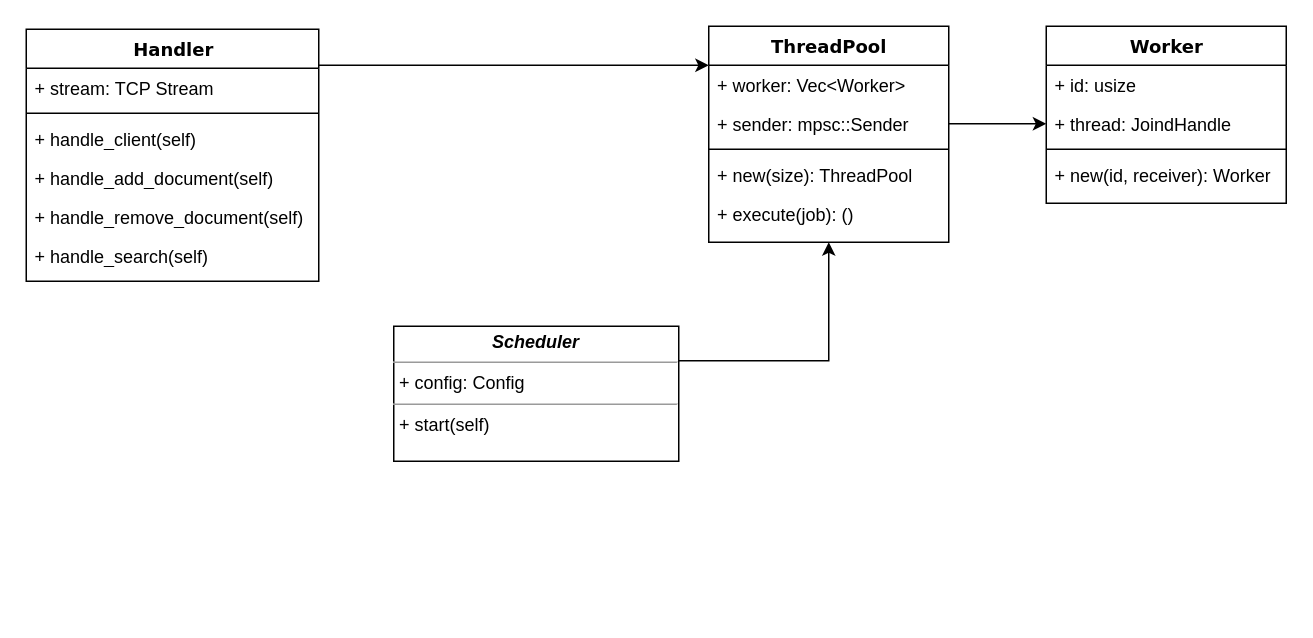
This is class.drawio from strange-dv/course_work_parallel_computing, a draw.io file, before an edit. Source tidied: cells renumbered, new cells numbered last; positions are measured from the earlier drawing's top-left corner, leaving out a move shared by most shapes. Both pictures are drawn from the tidied source at 150%, with x=0, y=0 at pixel (26, 26).
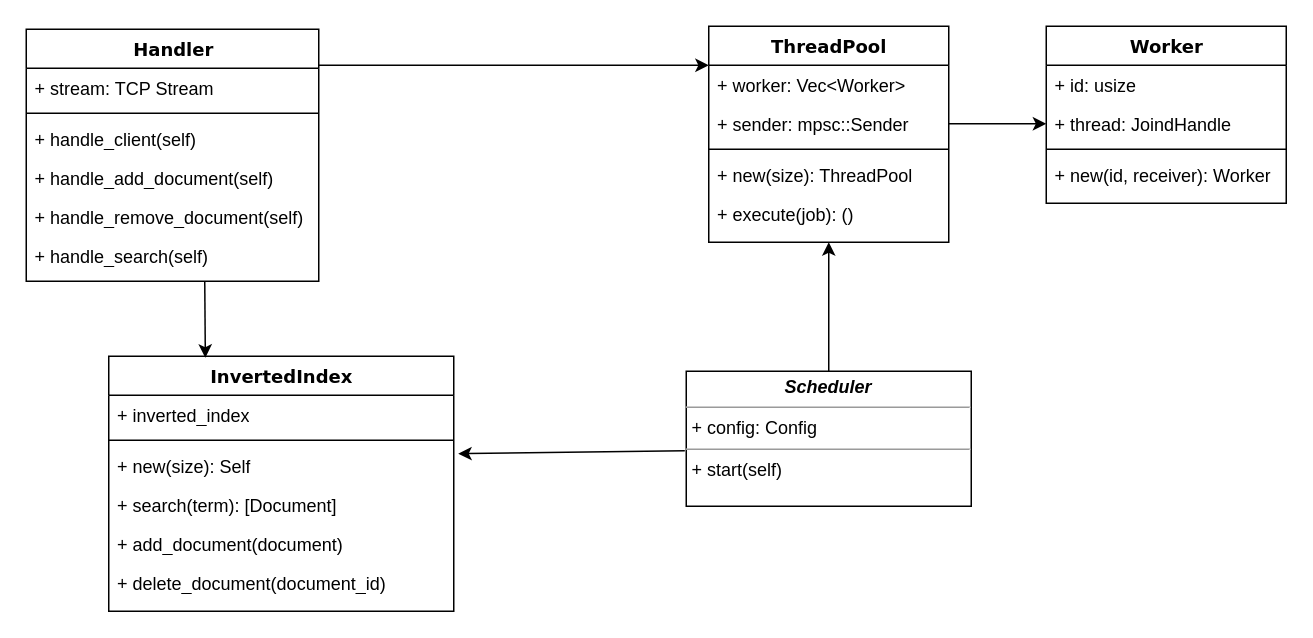
Above is the later version.

Unchanged cells that the change refers to:
```xml
<mxCell id="9" value="ThreadPool" style="swimlane;html=1;fontStyle=1;align=center;verticalAlign=top;horizontal=1;startSize=26;swimlaneFillColor=#ffffff;rounded=0;shadow=0;comic=0;labelBackgroundColor=none;strokeWidth=1;fillColor=none;fontFamily=Verdana;fontSize=12;" parent="1" vertex="1">
  <mxGeometry x="455" width="160" height="144" as="geometry" />
</mxCell>
```

What changed in the source:
```diff
@@
     <mxCell id="15" value="&lt;p style=&quot;margin:0px;margin-top:4px;text-align:center;&quot;&gt;&lt;i&gt;&lt;b&gt;Scheduler&lt;/b&gt;&lt;/i&gt;&lt;br&gt;&lt;/p&gt;&lt;hr size=&quot;1&quot;&gt;&lt;p style=&quot;margin:0px;margin-left:4px;&quot;&gt;+ config: Config&lt;br&gt;&lt;/p&gt;&lt;hr size=&quot;1&quot;&gt;&lt;p style=&quot;margin:0px;margin-left:4px;&quot;&gt;+ start(self)&lt;br&gt;&lt;/p&gt;" style="verticalAlign=top;align=left;overflow=fill;fontSize=12;fontFamily=Helvetica;html=1;rounded=0;shadow=0;comic=0;labelBackgroundColor=none;strokeWidth=1;" parent="1" vertex="1">
-      <mxGeometry x="245" y="200" width="190" height="90" as="geometry" />
+      <mxGeometry x="440" y="230" width="190" height="90" as="geometry" />
     </mxCell>
@@
-    <mxCell id="22" style="endArrow=classic;html=1;rounded=0;exitX=1.016;exitY=0.144;exitDx=0;exitDy=0;exitPerimeter=0;entryX=0.5;entryY=1;entryDx=0;entryDy=0;" parent="1" edge="1" target="9">
+    <mxCell id="22" style="endArrow=classic;html=1;rounded=0;exitX=0.5;exitY=0;exitDx=0;exitDy=0;entryX=0.5;entryY=1;entryDx=0;entryDy=0;" parent="1" edge="1" source="15" target="9">
       <mxGeometry relative="1" as="geometry">
-        <mxPoint x="435" y="223" as="sourcePoint" />
         <Array as="points">
           <mxPoint x="535" y="223" />
         </Array>
       </mxGeometry>
     </mxCell>
@@
+    <mxCell id="24" value="InvertedIndex" style="swimlane;html=1;fontStyle=1;align=center;verticalAlign=top;horizontal=1;startSize=26;swimlaneFillColor=#ffffff;rounded=0;shadow=0;comic=0;labelBackgroundColor=none;strokeWidth=1;fillColor=none;fontFamily=Verdana;fontSize=12;" parent="1" vertex="1">
+      <mxGeometry x="55" y="220" width="230" height="170" as="geometry" />
+    </mxCell>
+    <mxCell id="25" value="+ inverted_index" style="text;html=1;strokeColor=none;fillColor=none;align=left;verticalAlign=top;spacingLeft=4;spacingRight=4;whiteSpace=wrap;overflow=hidden;" parent="24" vertex="1">
+      <mxGeometry y="26" width="230" height="26" as="geometry" />
+    </mxCell>
+    <mxCell id="26" style="line;html=1;strokeWidth=1;fillColor=none;align=left;verticalAlign=middle;spacingTop=-1;spacingLeft=3;spacingRight=3;labelPosition=right;" parent="24" vertex="1">
+      <mxGeometry y="52" width="230" height="8" as="geometry" />
+    </mxCell>
+    <mxCell id="27" value="+ new(size): Self" style="text;html=1;strokeColor=none;fillColor=none;align=left;verticalAlign=top;spacingLeft=4;spacingRight=4;whiteSpace=wrap;overflow=hidden;points=[[0,0.5],[1,0.5]];portConstraint=eastwest;" parent="24" vertex="1">
+      <mxGeometry y="60" width="230" height="26" as="geometry" />
+    </mxCell>
+    <mxCell id="28" value="+ search(term): [Document]" style="text;html=1;strokeColor=none;fillColor=none;align=left;verticalAlign=top;spacingLeft=4;spacingRight=4;whiteSpace=wrap;overflow=hidden;" parent="24" vertex="1">
+      <mxGeometry y="86" width="230" height="26" as="geometry" />
+    </mxCell>
+    <mxCell id="29" value="+ add_document(document)" style="text;html=1;strokeColor=none;fillColor=none;align=left;verticalAlign=top;spacingLeft=4;spacingRight=4;whiteSpace=wrap;overflow=hidden;" parent="24" vertex="1">
+      <mxGeometry y="112" width="230" height="26" as="geometry" />
+    </mxCell>
+    <mxCell id="30" value="+ delete_document(document_id)" style="text;html=1;strokeColor=none;fillColor=none;align=left;verticalAlign=top;spacingLeft=4;spacingRight=4;whiteSpace=wrap;overflow=hidden;" parent="24" vertex="1">
+      <mxGeometry y="138" width="230" height="26" as="geometry" />
+    </mxCell>
+    <mxCell id="31" style="endArrow=classic;html=1;rounded=0;entryX=0.28;entryY=0.006;entryDx=0;entryDy=0;entryPerimeter=0;" parent="1" edge="1" target="24">
+      <mxGeometry relative="1" as="geometry">
+        <mxPoint x="119" y="170" as="sourcePoint" />
+      </mxGeometry>
+    </mxCell>
+    <mxCell id="32" style="endArrow=classic;html=1;rounded=0;exitX=-0.005;exitY=0.589;exitDx=0;exitDy=0;entryX=1.013;entryY=0.192;entryDx=0;entryDy=0;entryPerimeter=0;exitPerimeter=0;" parent="1" edge="1" source="15" target="27">
+      <mxGeometry relative="1" as="geometry" />
+    </mxCell>
```
